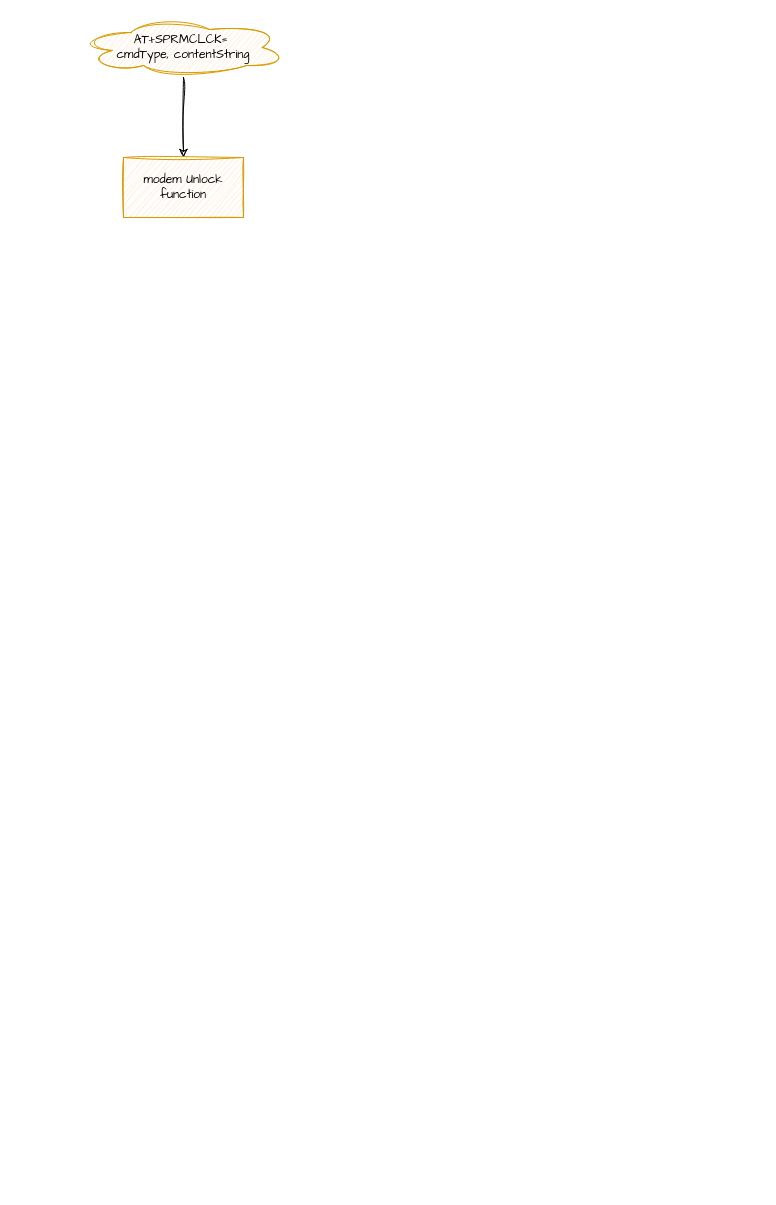
yangzetuoyuan/yangzetuoyuan.github.io keeps this draw.io diagram as 预付费临时解锁码解锁逻辑.drawio. Above is the earlier version. Source tidied: cells renumbered, new cells numbered last; positions are measured from the earlier drawing's top-left corner, leaving out a move shared by most shapes. Both pictures are drawn from the tidied source at 100%, with x=0, y=0 at pixel (78, 17).
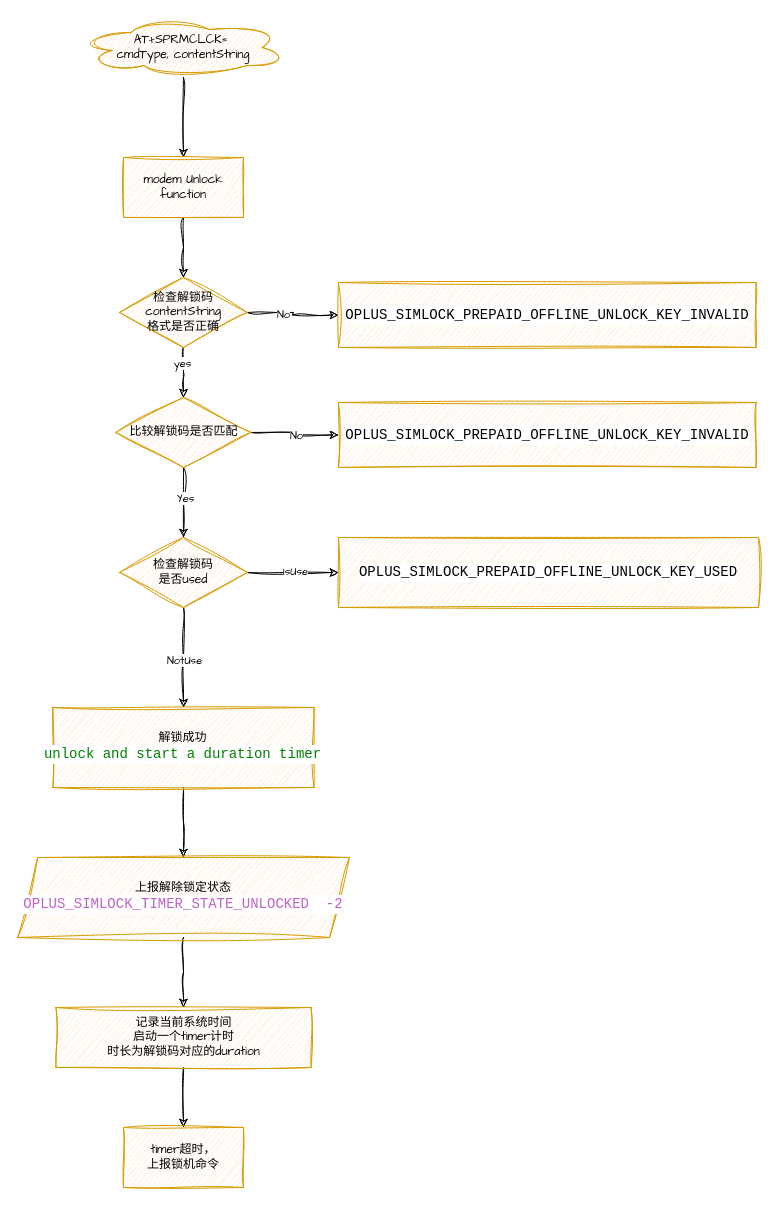
The same page after the edit.

Commit message:
更新预付费临时解锁码解锁逻辑.drawio

The change refers to these unchanged cells:
```xml
<mxCell id="4" value="modem Unlock function" style="whiteSpace=wrap;html=1;fontFamily=Architects Daughter;fillColor=#ffe6cc;strokeColor=#d79b00;sketch=1;hachureGap=4;jiggle=2;curveFitting=1;" parent="1" vertex="1">
  <mxGeometry x="45" y="140" width="120" height="60" as="geometry" />
</mxCell>
```

Change to the diagram source:
```diff
@@
+    <mxCell id="5" style="edgeStyle=orthogonalEdgeStyle;rounded=0;sketch=1;hachureGap=4;jiggle=2;curveFitting=1;jettySize=auto;html=1;fontFamily=Architects Daughter;" parent="1" edge="1" source="4" target="10">
+      <mxGeometry relative="1" as="geometry" />
+    </mxCell>
@@
+    <mxCell id="6" style="edgeStyle=orthogonalEdgeStyle;rounded=0;sketch=1;hachureGap=4;jiggle=2;curveFitting=1;jettySize=auto;html=1;fontFamily=Architects Daughter;" parent="1" edge="1" source="10" target="16">
+      <mxGeometry relative="1" as="geometry" />
+    </mxCell>
+    <mxCell id="7" value="No" style="edgeLabel;html=1;align=center;verticalAlign=middle;sketch=1;hachureGap=4;jiggle=2;curveFitting=1;fontFamily=Architects Daughter;" parent="6" vertex="1">
+      <mxGeometry x="-0.23" y="-1" relative="1" as="geometry" />
+    </mxCell>
+    <mxCell id="8" style="edgeStyle=orthogonalEdgeStyle;rounded=0;sketch=1;hachureGap=4;jiggle=2;curveFitting=1;jettySize=auto;html=1;fontFamily=Architects Daughter;" parent="1" edge="1" source="10" target="24">
+      <mxGeometry relative="1" as="geometry" />
+    </mxCell>
+    <mxCell id="9" value="yes" style="edgeLabel;html=1;align=center;verticalAlign=middle;sketch=1;hachureGap=4;jiggle=2;curveFitting=1;fontFamily=Architects Daughter;" parent="8" vertex="1">
+      <mxGeometry x="-0.36" y="-2" relative="1" as="geometry" />
+    </mxCell>
+    <mxCell id="10" value="&lt;div&gt;检查解锁码&lt;/div&gt;&lt;div&gt;contentString&lt;br&gt;&lt;/div&gt;格式是否正确" style="rhombus;whiteSpace=wrap;html=1;sketch=1;hachureGap=4;jiggle=2;curveFitting=1;fontFamily=Architects Daughter;fillColor=#ffe6cc;strokeColor=#d79b00;" parent="1" vertex="1">
+      <mxGeometry x="41.2" y="260" width="127.5" height="70" as="geometry" />
+    </mxCell>
+    <mxCell id="11" style="edgeStyle=orthogonalEdgeStyle;rounded=0;sketch=1;hachureGap=4;jiggle=2;curveFitting=1;jettySize=auto;html=1;fontFamily=Architects Daughter;" parent="1" edge="1" source="15" target="17">
+      <mxGeometry relative="1" as="geometry" />
+    </mxCell>
+    <mxCell id="12" value="IsUse" style="edgeLabel;html=1;align=center;verticalAlign=middle;sketch=1;hachureGap=4;jiggle=2;curveFitting=1;fontFamily=Architects Daughter;" parent="11" vertex="1">
+      <mxGeometry x="0.06" y="2" relative="1" as="geometry" />
+    </mxCell>
+    <mxCell id="13" style="edgeStyle=orthogonalEdgeStyle;rounded=0;sketch=1;hachureGap=4;jiggle=2;curveFitting=1;jettySize=auto;html=1;fontFamily=Architects Daughter;" parent="1" edge="1" source="15" target="19">
+      <mxGeometry relative="1" as="geometry" />
+    </mxCell>
+    <mxCell id="14" value="NotUse" style="edgeLabel;html=1;align=center;verticalAlign=middle;sketch=1;hachureGap=4;jiggle=2;curveFitting=1;fontFamily=Architects Daughter;" parent="13" vertex="1">
+      <mxGeometry x="0.06" relative="1" as="geometry" />
+    </mxCell>
+    <mxCell id="15" value="检查解锁码&lt;div&gt;是否used&lt;/div&gt;" style="rhombus;whiteSpace=wrap;html=1;sketch=1;hachureGap=4;jiggle=2;curveFitting=1;fontFamily=Architects Daughter;fillColor=#ffe6cc;strokeColor=#d79b00;" parent="1" vertex="1">
+      <mxGeometry x="41.2" y="520" width="127.5" height="70" as="geometry" />
+    </mxCell>
+    <mxCell id="16" value="&lt;div style=&quot;background-color: rgb(255, 255, 255); font-family: Consolas, &amp;quot;Courier New&amp;quot;, monospace; font-size: 14px; line-height: 19px; white-space: pre;&quot;&gt;OPLUS_SIMLOCK_PREPAID_OFFLINE_UNLOCK_KEY_INVALID&lt;/div&gt;" style="whiteSpace=wrap;html=1;fontFamily=Architects Daughter;fillColor=#ffe6cc;strokeColor=#d79b00;sketch=1;hachureGap=4;jiggle=2;curveFitting=1;" parent="1" vertex="1">
+      <mxGeometry x="260" y="265" width="417.5" height="65" as="geometry" />
+    </mxCell>
+    <mxCell id="17" value="&lt;div style=&quot;background-color: rgb(255, 255, 255); font-family: Consolas, &amp;quot;Courier New&amp;quot;, monospace; font-size: 14px; line-height: 19px; white-space: pre;&quot;&gt;OPLUS_SIMLOCK_PREPAID_OFFLINE_UNLOCK_KEY_USED&lt;/div&gt;" style="whiteSpace=wrap;html=1;fontFamily=Architects Daughter;fillColor=#ffe6cc;strokeColor=#d79b00;sketch=1;hachureGap=4;jiggle=2;curveFitting=1;" parent="1" vertex="1">
+      <mxGeometry x="260" y="520" width="420" height="70" as="geometry" />
+    </mxCell>
+    <mxCell id="18" style="edgeStyle=orthogonalEdgeStyle;rounded=0;sketch=1;hachureGap=4;jiggle=2;curveFitting=1;jettySize=auto;html=1;fontFamily=Architects Daughter;" parent="1" edge="1" source="19" target="27">
+      <mxGeometry relative="1" as="geometry" />
+    </mxCell>
+    <mxCell id="19" value="解锁成功&lt;div&gt;&lt;div style=&quot;background-color: rgb(255, 255, 255); font-family: Consolas, &amp;quot;Courier New&amp;quot;, monospace; font-size: 14px; line-height: 19px; white-space: pre;&quot;&gt;&lt;span style=&quot;color: #008000;&quot;&gt;unlock and start a duration timer&lt;/span&gt;&lt;/div&gt;&lt;/div&gt;" style="whiteSpace=wrap;html=1;fontFamily=Architects Daughter;fillColor=#ffe6cc;strokeColor=#d79b00;sketch=1;hachureGap=4;jiggle=2;curveFitting=1;" parent="1" vertex="1">
+      <mxGeometry x="-25.6" y="690" width="261.2" height="80" as="geometry" />
+    </mxCell>
+    <mxCell id="20" style="edgeStyle=orthogonalEdgeStyle;rounded=0;sketch=1;hachureGap=4;jiggle=2;curveFitting=1;jettySize=auto;html=1;fontFamily=Architects Daughter;" parent="1" edge="1" source="24" target="15">
+      <mxGeometry relative="1" as="geometry" />
+    </mxCell>
+    <mxCell id="21" value="Yes" style="edgeLabel;html=1;align=center;verticalAlign=middle;sketch=1;hachureGap=4;jiggle=2;curveFitting=1;fontFamily=Architects Daughter;" parent="20" vertex="1">
+      <mxGeometry x="-0.14" y="1" relative="1" as="geometry" />
+    </mxCell>
+    <mxCell id="22" style="edgeStyle=orthogonalEdgeStyle;rounded=0;sketch=1;hachureGap=4;jiggle=2;curveFitting=1;jettySize=auto;html=1;fontFamily=Architects Daughter;entryX=0;entryY=0.5;entryDx=0;entryDy=0;" parent="1" edge="1" source="24" target="25">
+      <mxGeometry relative="1" as="geometry" />
+    </mxCell>
+    <mxCell id="23" value="No" style="edgeLabel;html=1;align=center;verticalAlign=middle;sketch=1;hachureGap=4;jiggle=2;curveFitting=1;fontFamily=Architects Daughter;" parent="22" vertex="1">
+      <mxGeometry x="0.04" relative="1" as="geometry" />
+    </mxCell>
+    <mxCell id="24" value="比较解锁码是否匹配" style="rhombus;whiteSpace=wrap;html=1;fontFamily=Architects Daughter;fillColor=#ffe6cc;strokeColor=#d79b00;sketch=1;hachureGap=4;jiggle=2;curveFitting=1;" parent="1" vertex="1">
+      <mxGeometry x="37.5" y="380" width="135" height="70" as="geometry" />
+    </mxCell>
+    <mxCell id="25" value="&lt;div style=&quot;background-color: rgb(255, 255, 255); font-family: Consolas, &amp;quot;Courier New&amp;quot;, monospace; font-size: 14px; line-height: 19px; white-space: pre;&quot;&gt;OPLUS_SIMLOCK_PREPAID_OFFLINE_UNLOCK_KEY_INVALID&lt;/div&gt;" style="whiteSpace=wrap;html=1;fontFamily=Architects Daughter;fillColor=#ffe6cc;strokeColor=#d79b00;sketch=1;hachureGap=4;jiggle=2;curveFitting=1;" parent="1" vertex="1">
+      <mxGeometry x="260" y="385" width="417.5" height="65" as="geometry" />
+    </mxCell>
+    <mxCell id="26" style="edgeStyle=orthogonalEdgeStyle;rounded=0;sketch=1;hachureGap=4;jiggle=2;curveFitting=1;jettySize=auto;html=1;fontFamily=Architects Daughter;" parent="1" edge="1" source="27" target="29">
+      <mxGeometry relative="1" as="geometry" />
+    </mxCell>
+    <mxCell id="27" value="上报解除锁定状态&lt;div&gt;&lt;div style=&quot;background-color: rgb(255, 255, 255); font-family: Consolas, &amp;quot;Courier New&amp;quot;, monospace; font-size: 14px; line-height: 19px; white-space: pre;&quot;&gt;&lt;span style=&quot;color: #bd63c5;&quot;&gt;OPLUS_SIMLOCK_TIMER_STATE_UNLOCKED  -2&lt;/span&gt;&lt;/div&gt;&lt;/div&gt;" style="shape=parallelogram;perimeter=parallelogramPerimeter;whiteSpace=wrap;html=1;fixedSize=1;fontFamily=Architects Daughter;fillColor=#ffe6cc;strokeColor=#d79b00;sketch=1;hachureGap=4;jiggle=2;curveFitting=1;" parent="1" vertex="1">
+      <mxGeometry x="-60.9" y="840" width="331.9" height="80" as="geometry" />
+    </mxCell>
+    <mxCell id="28" style="edgeStyle=orthogonalEdgeStyle;rounded=0;sketch=1;hachureGap=4;jiggle=2;curveFitting=1;jettySize=auto;html=1;fontFamily=Architects Daughter;" parent="1" edge="1" source="29" target="30">
+      <mxGeometry relative="1" as="geometry" />
+    </mxCell>
+    <mxCell id="29" value="&lt;div&gt;记录当前系统时间&lt;/div&gt;启动一个timer计时&lt;div&gt;时长为解锁码对应的duration&lt;/div&gt;" style="whiteSpace=wrap;html=1;fontFamily=Architects Daughter;fillColor=#ffe6cc;strokeColor=#d79b00;sketch=1;hachureGap=4;jiggle=2;curveFitting=1;" parent="1" vertex="1">
+      <mxGeometry x="-22.5" y="990" width="255" height="60" as="geometry" />
+    </mxCell>
+    <mxCell id="30" value="timer超时，&lt;div&gt;上报锁机命令&lt;/div&gt;" style="whiteSpace=wrap;html=1;fontFamily=Architects Daughter;fillColor=#ffe6cc;strokeColor=#d79b00;sketch=1;hachureGap=4;jiggle=2;curveFitting=1;" parent="1" vertex="1">
+      <mxGeometry x="45" y="1110" width="120" height="60" as="geometry" />
+    </mxCell>
```
